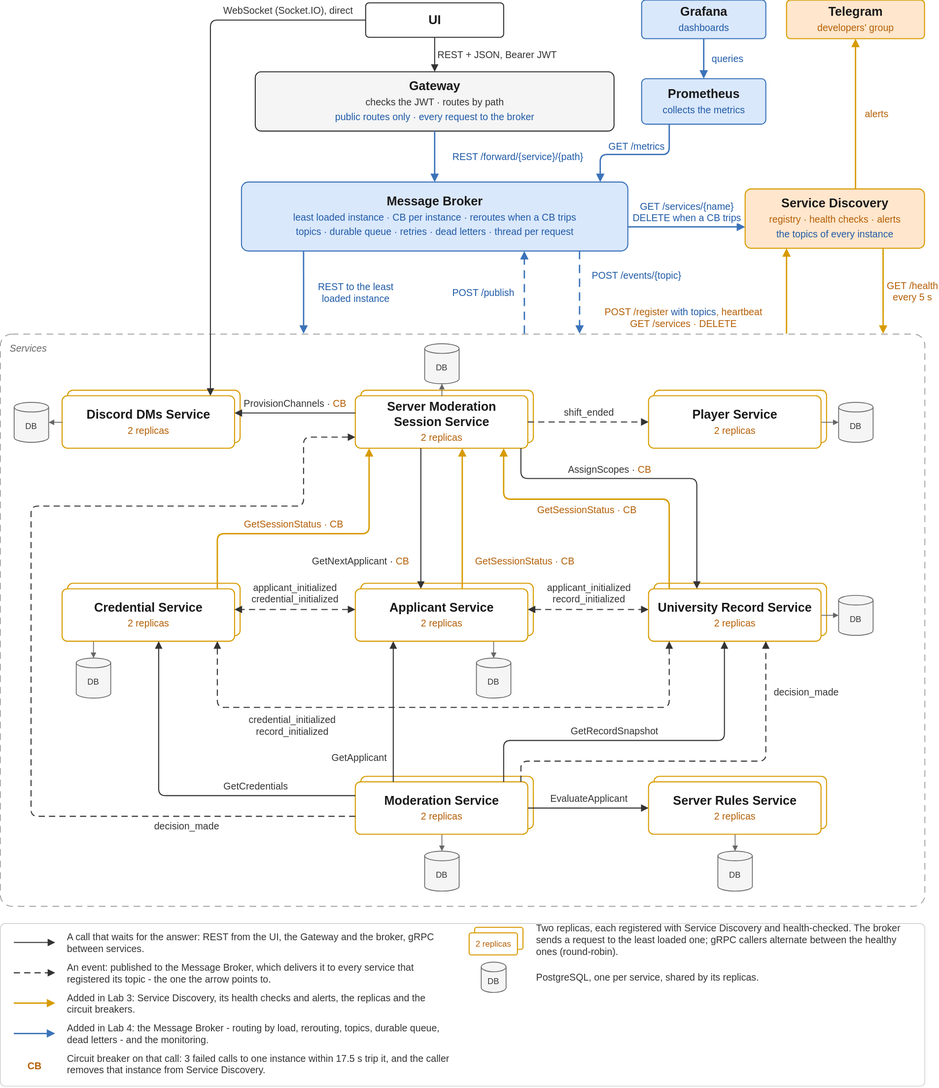
AnastasiaT18/pad-team-17-student-id-please keeps this draw.io diagram as architecture_diagram.svg. Above is the earlier version. Source tidied: cells renumbered, new cells last; positions are measured from the earlier drawing's top-left corner, leaving out a move shared by most shapes.
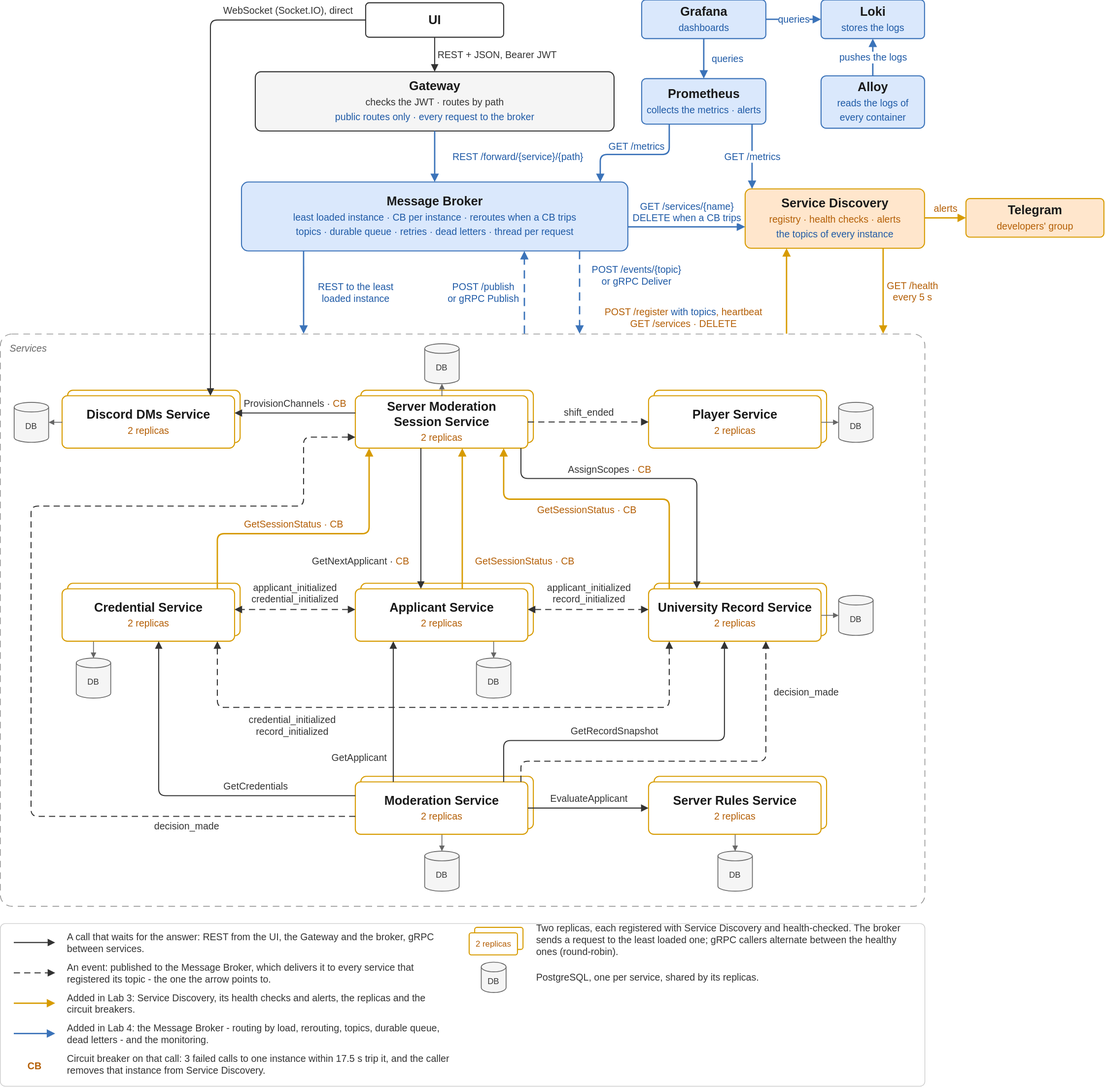
After the change.

Commit message:
Add Loki, Alloy and the events over gRPC to the architecture diagram

The edit, as a diff of the source:
```diff
@@ -18,7 +18,7 @@
       <mxGeometry x="1080" y="274" width="260" height="86" as="geometry" />
     </mxCell>
     <mxCell id="7" value="&lt;b&gt;Telegram&lt;/b&gt;&lt;br&gt;&lt;font style=&quot;font-size: 14px;&quot; color=&quot;#b45f06&quot;&gt;developers' group&lt;/font&gt;" style="fontFamily=Helvetica;rounded=1;arcSize=10;whiteSpace=wrap;html=1;strokeWidth=1.5;fontSize=18;fontColor=#1a1a1a;verticalAlign=middle;fillColor=#ffe6cc;strokeColor=#d79b00;" parent="1" vertex="1">
-      <mxGeometry x="1140" width="200" height="56" as="geometry" />
+      <mxGeometry x="1400" y="288" width="200" height="56" as="geometry" />
     </mxCell>
     <mxCell id="8" style="fontFamily=Helvetica;rounded=1;arcSize=10;whiteSpace=wrap;html=1;strokeWidth=1.5;fontSize=18;fontColor=#1a1a1a;verticalAlign=middle;fillColor=#ffffff;strokeColor=#d79b00;" parent="1" vertex="1">
       <mxGeometry x="98" y="566" width="250" height="76" as="geometry" />
@@ -129,9 +129,9 @@
         <mxPoint x="112" y="-174" as="offset" />
       </mxGeometry>
     </mxCell>
-    <mxCell id="42" value="alerts" style="fontFamily=Helvetica;edgeStyle=none;rounded=1;html=1;endArrow=block;endFill=1;endSize=7;exitPerimeter=0;entryPerimeter=0;labelBackgroundColor=#ffffff;fontSize=14;strokeColor=#d79b00;strokeWidth=2;fontColor=#b45f06;exitX=0.6154;exitY=0;entryX=0.5;entryY=1;" parent="1" edge="1" source="6" target="7">
+    <mxCell id="42" value="alerts" style="fontFamily=Helvetica;edgeStyle=none;rounded=1;html=1;endArrow=block;endFill=1;endSize=7;exitPerimeter=0;entryPerimeter=0;labelBackgroundColor=#ffffff;fontSize=14;strokeColor=#d79b00;strokeWidth=2;fontColor=#b45f06;exitX=1;exitY=0.4884;entryX=0;entryY=0.5;" parent="1" edge="1" source="6" target="7">
       <mxGeometry relative="1" as="geometry">
-        <mxPoint x="30" as="offset" />
+        <mxPoint y="-14" as="offset" />
       </mxGeometry>
     </mxCell>
     <mxCell id="43" value="POST /register &lt;font color=&quot;#1f5aa6&quot;&gt;with topics&lt;/font&gt;, heartbeat&lt;br&gt;GET /services · DELETE" style="fontFamily=Helvetica;edgeStyle=none;rounded=1;html=1;endArrow=block;endFill=1;endSize=7;exitPerimeter=0;entryPerimeter=0;labelBackgroundColor=#ffffff;fontSize=14;strokeColor=#d79b00;strokeWidth=2;fontColor=#b45f06;exitX=0.8507462686567164;exitY=0;entryX=0.2308;entryY=1;" parent="1" edge="1" source="2" target="6">
@@ -311,7 +311,7 @@
     <mxCell id="75" value="&lt;b&gt;Message Broker&lt;/b&gt;&lt;br&gt;&lt;font style=&quot;font-size: 14px;&quot; color=&quot;#1f5aa6&quot;&gt;least loaded instance · CB per instance · reroutes when a CB trips&lt;/font&gt;&lt;br&gt;&lt;font style=&quot;font-size: 14px;&quot; color=&quot;#1f5aa6&quot;&gt;topics · durable queue · retries · dead letters · thread per request&lt;/font&gt;" style="fontFamily=Helvetica;rounded=1;arcSize=10;whiteSpace=wrap;html=1;strokeWidth=1.5;fontSize=18;fontColor=#1a1a1a;verticalAlign=middle;fillColor=#dae8fc;strokeColor=#3b73b9;" parent="1" vertex="1">
       <mxGeometry x="350" y="264" width="560" height="100" as="geometry" />
     </mxCell>
-    <mxCell id="76" value="&lt;b&gt;Prometheus&lt;/b&gt;&lt;br&gt;&lt;font style=&quot;font-size: 14px;&quot; color=&quot;#1f5aa6&quot;&gt;collects the metrics&lt;/font&gt;" style="fontFamily=Helvetica;rounded=1;arcSize=10;whiteSpace=wrap;html=1;strokeWidth=1.5;fontSize=18;fontColor=#1a1a1a;verticalAlign=middle;fillColor=#dae8fc;strokeColor=#3b73b9;" parent="1" vertex="1">
+    <mxCell id="76" value="&lt;b&gt;Prometheus&lt;/b&gt;&lt;br&gt;&lt;font style=&quot;font-size: 14px;&quot; color=&quot;#1f5aa6&quot;&gt;collects the metrics · alerts&lt;/font&gt;" style="fontFamily=Helvetica;rounded=1;arcSize=10;whiteSpace=wrap;html=1;strokeWidth=1.5;fontSize=18;fontColor=#1a1a1a;verticalAlign=middle;fillColor=#dae8fc;strokeColor=#3b73b9;" parent="1" vertex="1">
       <mxGeometry x="930" y="114" width="180" height="66" as="geometry" />
     </mxCell>
     <mxCell id="77" value="&lt;b&gt;Grafana&lt;/b&gt;&lt;br&gt;&lt;font style=&quot;font-size: 14px;&quot; color=&quot;#1f5aa6&quot;&gt;dashboards&lt;/font&gt;" style="fontFamily=Helvetica;rounded=1;arcSize=10;whiteSpace=wrap;html=1;strokeWidth=1.5;fontSize=18;fontColor=#1a1a1a;verticalAlign=middle;fillColor=#dae8fc;strokeColor=#3b73b9;" parent="1" vertex="1">
@@ -346,12 +346,12 @@
         <mxPoint x="75" as="offset" />
       </mxGeometry>
     </mxCell>
-    <mxCell id="83" value="POST /publish" style="fontFamily=Helvetica;edgeStyle=none;rounded=1;html=1;endArrow=block;endFill=1;endSize=7;exitPerimeter=0;entryPerimeter=0;labelBackgroundColor=#ffffff;fontSize=14;strokeColor=#3b73b9;strokeWidth=2;fontColor=#1f5aa6;dashed=1;dashPattern=6 4;exitX=0.5672;exitY=0;entryX=0.7321;entryY=1;" parent="1" edge="1" source="2" target="75">
+    <mxCell id="83" value="POST /publish&lt;br&gt;or gRPC Publish" style="fontFamily=Helvetica;edgeStyle=none;rounded=1;html=1;endArrow=block;endFill=1;endSize=7;exitPerimeter=0;entryPerimeter=0;labelBackgroundColor=#ffffff;fontSize=14;strokeColor=#3b73b9;strokeWidth=2;fontColor=#1f5aa6;dashed=1;dashPattern=6 4;exitX=0.5672;exitY=0;entryX=0.7321;entryY=1;" parent="1" edge="1" source="2" target="75">
       <mxGeometry relative="1" as="geometry">
         <mxPoint x="-60" as="offset" />
       </mxGeometry>
     </mxCell>
-    <mxCell id="84" value="POST /events/{topic}" style="fontFamily=Helvetica;edgeStyle=none;rounded=1;html=1;endArrow=block;endFill=1;endSize=7;exitPerimeter=0;entryPerimeter=0;labelBackgroundColor=#ffffff;fontSize=14;strokeColor=#3b73b9;strokeWidth=2;fontColor=#1f5aa6;dashed=1;dashPattern=6 4;exitX=0.875;exitY=1;entryX=0.6269;entryY=0;" parent="1" edge="1" source="75" target="2">
+    <mxCell id="84" value="POST /events/{topic}&lt;br&gt;or gRPC Deliver" style="fontFamily=Helvetica;edgeStyle=none;rounded=1;html=1;endArrow=block;endFill=1;endSize=7;exitPerimeter=0;entryPerimeter=0;labelBackgroundColor=#ffffff;fontSize=14;strokeColor=#3b73b9;strokeWidth=2;fontColor=#1f5aa6;dashed=1;dashPattern=6 4;exitX=0.875;exitY=1;entryX=0.6269;entryY=0;" parent="1" edge="1" source="75" target="2">
       <mxGeometry relative="1" as="geometry">
         <mxPoint x="82" y="-25" as="offset" />
       </mxGeometry>
@@ -365,5 +365,20 @@
         <mxPoint x="80" y="1499" as="targetPoint" />
       </mxGeometry>
     </mxCell>
+    <mxCell id="87" value="&lt;b&gt;Loki&lt;/b&gt;&lt;br&gt;&lt;font style=&quot;font-size: 14px;&quot; color=&quot;#1f5aa6&quot;&gt;stores the logs&lt;/font&gt;" style="fontFamily=Helvetica;rounded=1;arcSize=10;whiteSpace=wrap;html=1;strokeWidth=1.5;fontSize=18;fontColor=#1a1a1a;verticalAlign=middle;fillColor=#dae8fc;strokeColor=#3b73b9;" parent="1" vertex="1">
+      <mxGeometry x="1190" width="150" height="56" as="geometry" />
+    </mxCell>
+    <mxCell id="88" value="&lt;b&gt;Alloy&lt;/b&gt;&lt;br&gt;&lt;font style=&quot;font-size: 14px;&quot; color=&quot;#1f5aa6&quot;&gt;reads the logs of&lt;br&gt;every container&lt;/font&gt;" style="fontFamily=Helvetica;rounded=1;arcSize=10;whiteSpace=wrap;html=1;strokeWidth=1.5;fontSize=18;fontColor=#1a1a1a;verticalAlign=middle;fillColor=#dae8fc;strokeColor=#3b73b9;" parent="1" vertex="1">
+      <mxGeometry x="1190" y="110" width="150" height="76" as="geometry" />
+    </mxCell>
+    <mxCell id="89" value="queries" style="fontFamily=Helvetica;edgeStyle=none;rounded=1;html=1;endArrow=block;endFill=1;endSize=7;exitPerimeter=0;entryPerimeter=0;labelBackgroundColor=#ffffff;fontSize=14;strokeColor=#3b73b9;strokeWidth=2;fontColor=#1f5aa6;exitX=1;exitY=0.5;entryX=0;entryY=0.5;" parent="1" edge="1" source="77" target="87">
+      <mxGeometry relative="1" as="geometry" />
+    </mxCell>
+    <mxCell id="90" value="pushes the logs" style="fontFamily=Helvetica;edgeStyle=none;rounded=1;html=1;endArrow=block;endFill=1;endSize=7;exitPerimeter=0;entryPerimeter=0;labelBackgroundColor=#ffffff;fontSize=14;strokeColor=#3b73b9;strokeWidth=2;fontColor=#1f5aa6;exitX=0.5;exitY=0;entryX=0.5;entryY=1;" parent="1" edge="1" source="88" target="87">
+      <mxGeometry relative="1" as="geometry" />
+    </mxCell>
+    <mxCell id="91" value="GET /metrics" style="fontFamily=Helvetica;edgeStyle=none;rounded=1;html=1;endArrow=block;endFill=1;endSize=7;exitPerimeter=0;entryPerimeter=0;labelBackgroundColor=#ffffff;fontSize=14;strokeColor=#3b73b9;strokeWidth=2;fontColor=#1f5aa6;exitX=0.8889;exitY=1;entryX=0.0385;entryY=0;" parent="1" edge="1" source="76" target="6">
+      <mxGeometry relative="1" as="geometry" />
+    </mxCell>
   </root>
 </mxGraphModel>
```
